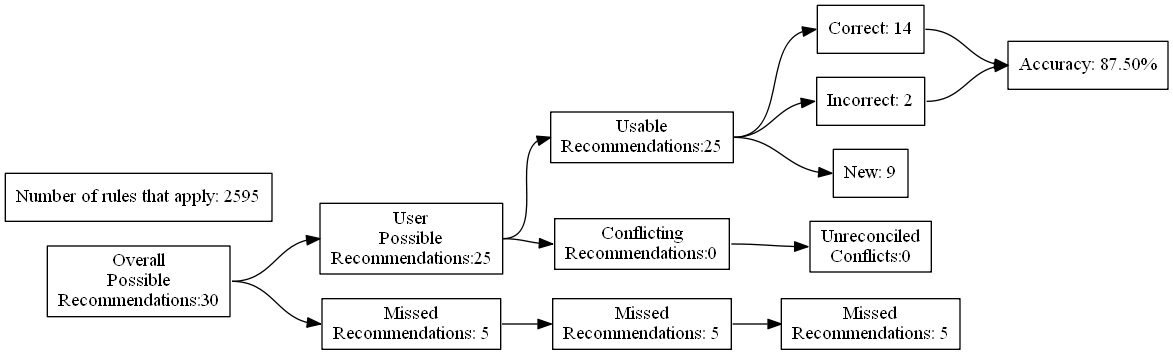
The Graphviz diagram test_renders/5.gv.png in ZaxR/ibd_diet_analysis, before a commit. Its source is kept beside it as test_renders/5.gv.
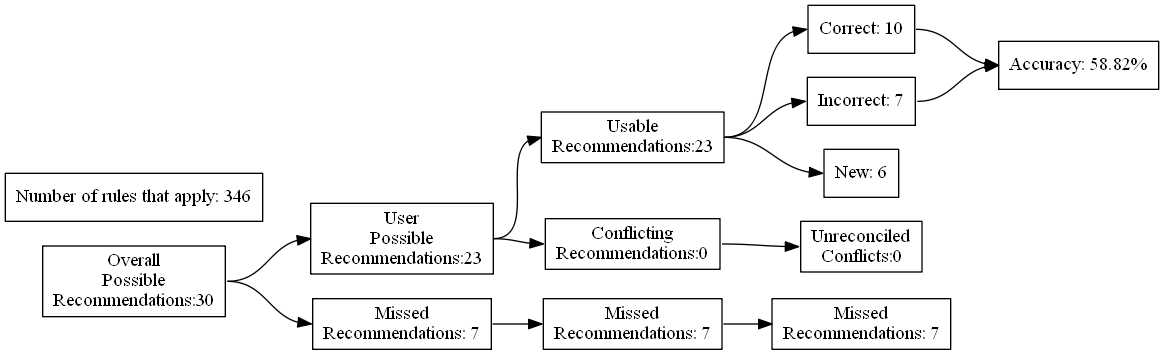
The same diagram one commit later.

The edit, as a diff of the source:
```diff
@@ -7,24 +7,24 @@
 Recommendations:30"]
 		B [label="User
 Possible
-Recommendations:25"]
+Recommendations:23"]
 		C [label="Missed
-Recommendations: 5"]
+Recommendations: 7"]
 		D [label="Usable
-Recommendations:25"]
+Recommendations:23"]
 		E [label="Conflicting
 Recommendations:0"]
 		J [label="Missed
-Recommendations: 5"]
+Recommendations: 7"]
 		M [label="Unreconciled
 Conflicts:0"]
-		F [label="Correct: 14"]
-		G [label="Incorrect: 2"]
-		H [label="New: 9"]
+		F [label="Correct: 10"]
+		G [label="Incorrect: 7"]
+		H [label="New: 6"]
 		K [label="Missed
-Recommendations: 5"]
-		I [label="Accuracy: 87.50%"]
-		l [label="Number of rules that apply: 2595"]
+Recommendations: 7"]
+		I [label="Accuracy: 58.82%"]
+		l [label="Number of rules that apply: 346"]
 			A -> B
 			A -> C
 			B -> D
```
